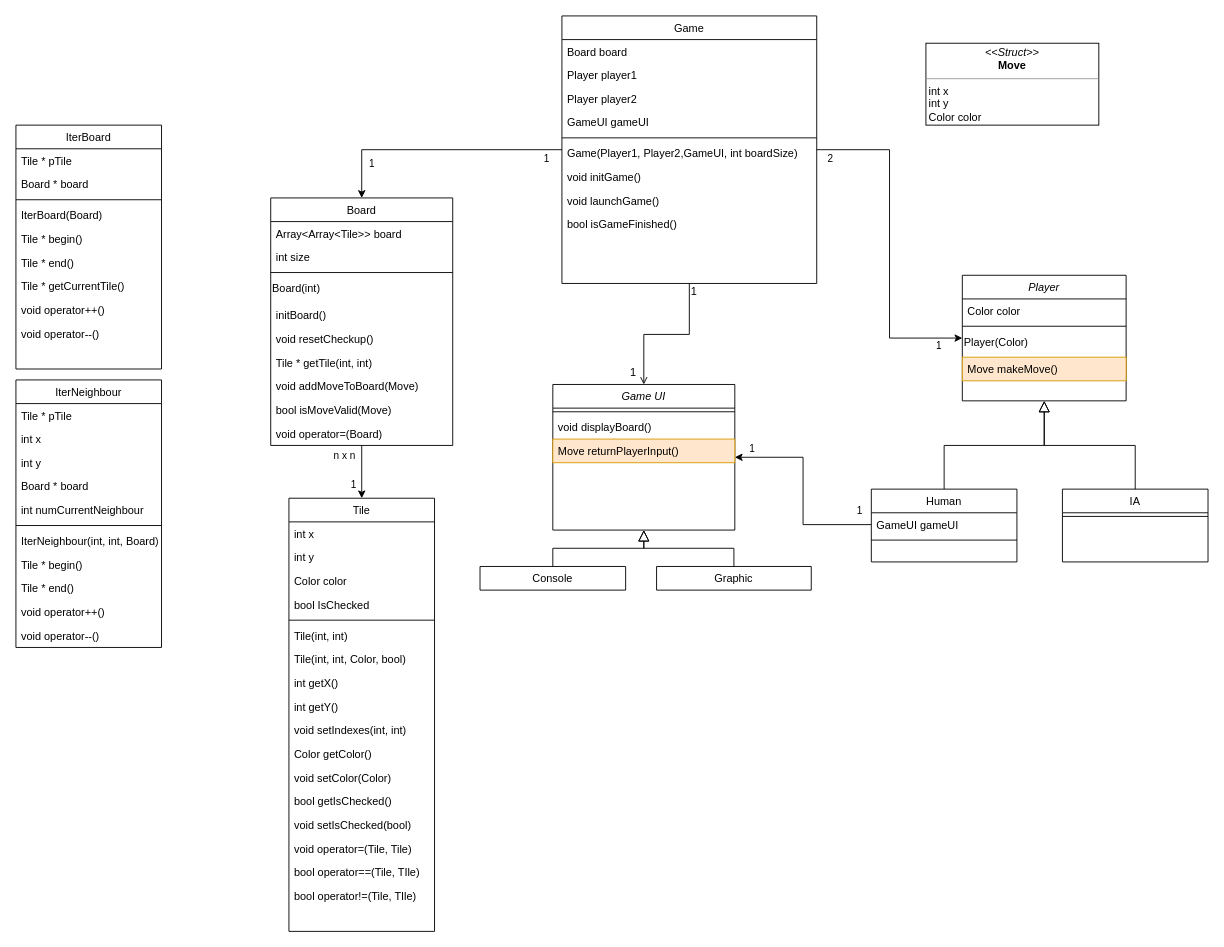
leduqueadrien/Hex keeps this draw.io diagram as doc/UMLdiagram.drawio. Above is the earlier version. Source tidied: cells renumbered, new cells numbered last; positions are measured from the earlier drawing's top-left corner, leaving out a move shared by most shapes. Both pictures are drawn from the tidied source at 91%, with x=0, y=0 at pixel (15, 15).
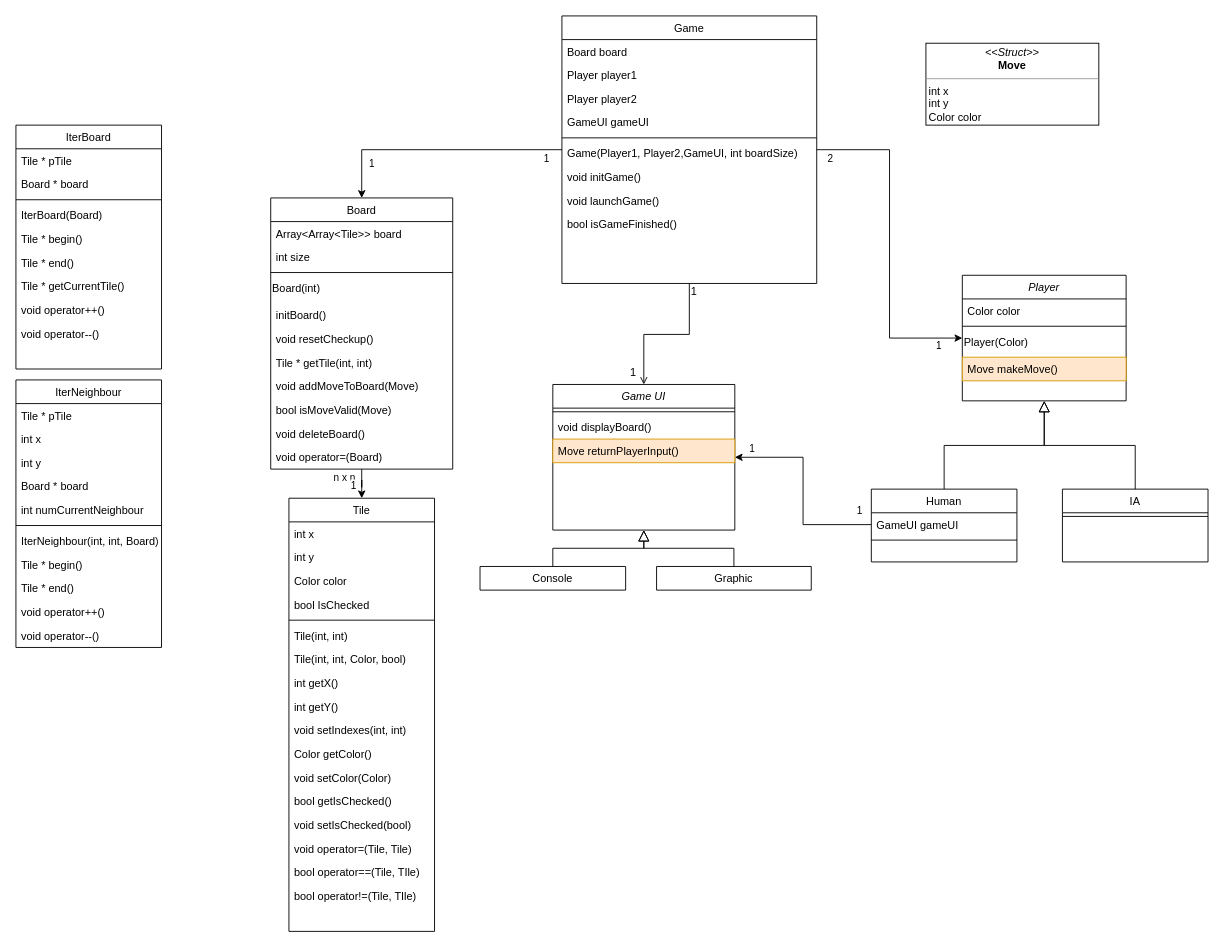
Above is the later version.

Commit message (it also covers changes not shown here):
ajout methode deleteBoard dans la class Board

Change to the diagram source:
```diff
@@
     <mxCell id="43" value="Board" style="swimlane;fontStyle=0;align=center;verticalAlign=top;horizontal=1;startSize=26;rounded=0;shadow=0;strokeWidth=1;" parent="1" vertex="1">
-      <mxGeometry x="280" y="200" width="200" height="272" as="geometry" />
+      <mxGeometry x="280" y="200" width="200" height="298" as="geometry" />
     </mxCell>
@@
+    <mxCell id="98" value="void deleteBoard()" style="text;align=left;verticalAlign=top;spacingLeft=4;spacingRight=4;overflow=hidden;" parent="43" vertex="1">
+      <mxGeometry y="246" width="200" height="26" as="geometry" />
+    </mxCell>
     <mxCell id="53" value="void operator=(Board)" style="text;align=left;verticalAlign=top;spacingLeft=4;spacingRight=4;overflow=hidden;" parent="43" vertex="1">
-      <mxGeometry y="246" width="200" height="26" as="geometry" />
+      <mxGeometry y="272" width="200" height="26" as="geometry" />
     </mxCell>
```
